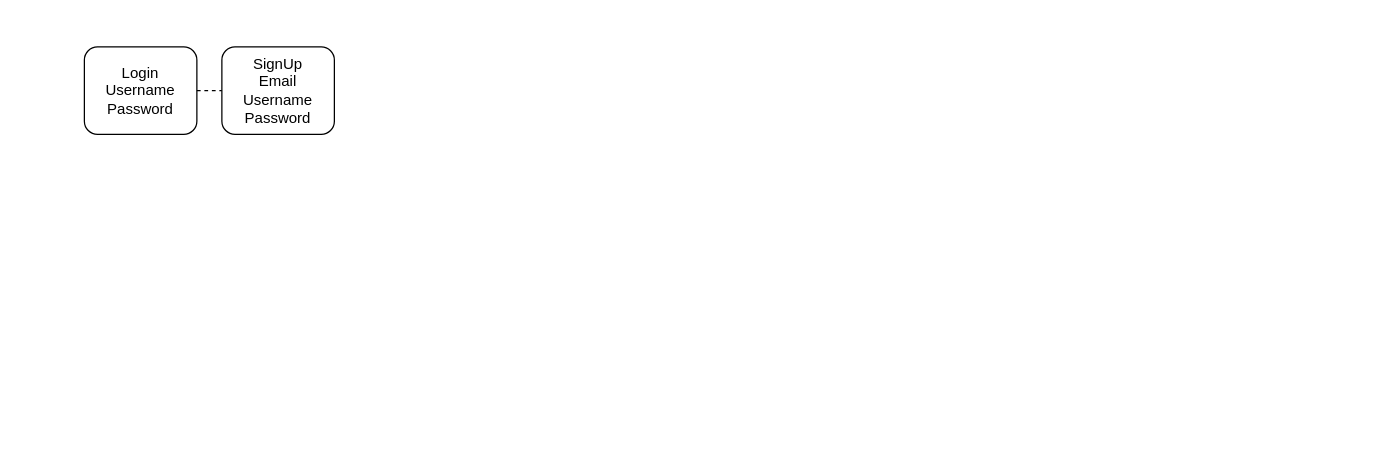
Above: plansAndAssets/Untitled Diagram.drawio in Drubaloo/Dungeons-Dragons (draw.io), before the change. Source tidied: cells renumbered, new cells numbered last; positions are measured from the earlier drawing's top-left corner, leaving out a move shared by most shapes. Both pictures are drawn from the tidied source at 125%, with x=0, y=0 at pixel (84, 46).
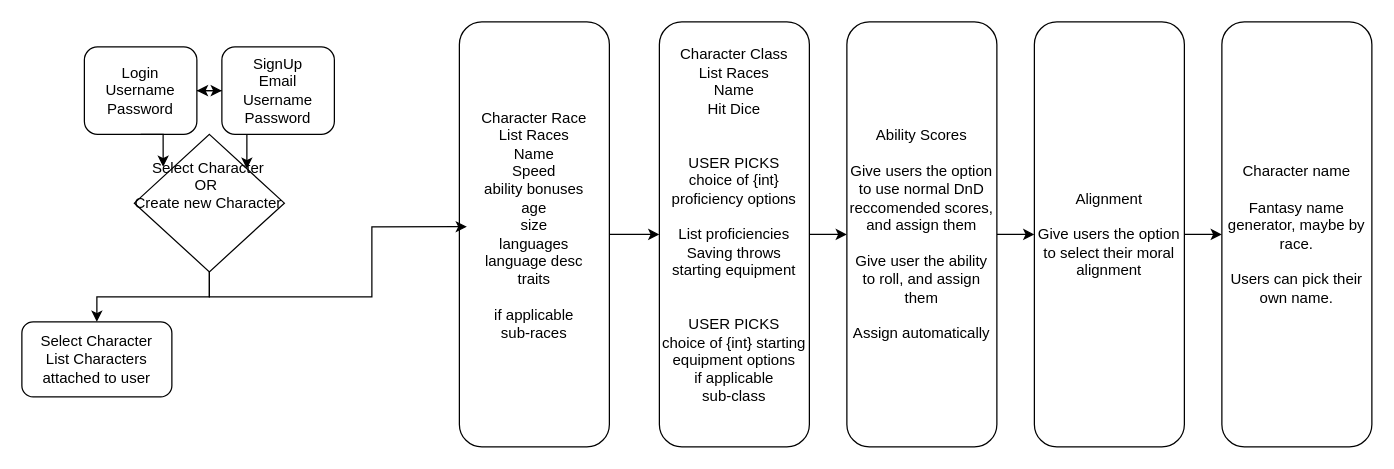
The same diagram, later.

Unchanged cells that the change refers to:
```xml
<mxCell id="2" value="&lt;div&gt;Login&lt;/div&gt;&lt;div&gt;Username&lt;/div&gt;&lt;div&gt;Password&lt;br&gt;&lt;/div&gt;" style="rounded=1;whiteSpace=wrap;html=1;" parent="1" vertex="1">
  <mxGeometry width="90" height="70" as="geometry" />
</mxCell>
<mxCell id="3" value="&lt;div&gt;SignUp&lt;/div&gt;&lt;div&gt;Email&lt;br&gt;&lt;/div&gt;&lt;div&gt;Username&lt;/div&gt;&lt;div&gt;Password&lt;br&gt;&lt;/div&gt;" style="rounded=1;whiteSpace=wrap;html=1;" parent="1" vertex="1">
  <mxGeometry x="110" width="90" height="70" as="geometry" />
</mxCell>
```

The edit, as a diff of the source:
```diff
@@
+    <mxCell id="4" style="edgeStyle=orthogonalEdgeStyle;rounded=0;jettySize=auto;html=1;exitX=1;exitY=0.5;exitDx=0;exitDy=0;entryX=0;entryY=0.5;entryDx=0;entryDy=0;" parent="1" edge="1" source="2" target="3">
+      <mxGeometry relative="1" as="geometry" />
+    </mxCell>
@@
+    <mxCell id="5" style="edgeStyle=orthogonalEdgeStyle;rounded=0;jettySize=auto;html=1;exitX=0;exitY=0.5;exitDx=0;exitDy=0;" parent="1" edge="1" source="3">
+      <mxGeometry relative="1" as="geometry">
+        <mxPoint x="90" y="35" as="targetPoint" />
+      </mxGeometry>
+    </mxCell>
+    <mxCell id="6" style="edgeStyle=orthogonalEdgeStyle;rounded=0;jettySize=auto;html=1;exitX=0.5;exitY=1;exitDx=0;exitDy=0;entryX=1;entryY=0;entryDx=0;entryDy=0;" parent="1" edge="1" source="3" target="8">
+      <mxGeometry relative="1" as="geometry" />
+    </mxCell>
@@
-    <mxCell id="4" style="endArrow=none;dashed=1;html=1;rounded=0;exitX=1;exitY=0.5;exitDx=0;exitDy=0;entryX=0;entryY=0.5;entryDx=0;entryDy=0;" parent="1" edge="1" source="2" target="3">
-      <mxGeometry relative="1" as="geometry" />
-    </mxCell>
+    <mxCell id="7" style="edgeStyle=orthogonalEdgeStyle;rounded=0;jettySize=auto;html=1;exitX=0.5;exitY=1;exitDx=0;exitDy=0;" parent="1" edge="1" source="8" target="12">
+      <mxGeometry relative="1" as="geometry" />
+    </mxCell>
+    <mxCell id="8" value="&lt;div align=&quot;center&quot;&gt;Select Character&lt;/div&gt;&lt;div align=&quot;center&quot;&gt;OR&amp;nbsp; &lt;br&gt;&lt;/div&gt;&lt;div align=&quot;center&quot;&gt;Create new Character&lt;/div&gt;&lt;div&gt;&lt;div align=&quot;center&quot;&gt;&lt;br&gt;&lt;/div&gt;&lt;br&gt;&lt;/div&gt;" style="rhombus;whiteSpace=wrap;html=1;align=right;" parent="1" vertex="1">
+      <mxGeometry x="40" y="70" width="120" height="110" as="geometry" />
+    </mxCell>
+    <mxCell id="9" style="edgeStyle=orthogonalEdgeStyle;rounded=0;jettySize=auto;html=1;" parent="1" edge="1" source="10" target="14">
+      <mxGeometry relative="1" as="geometry" />
+    </mxCell>
+    <mxCell id="10" value="&lt;div&gt;Character Race&lt;/div&gt;&lt;div&gt;List Races&lt;/div&gt;&lt;div&gt;Name&lt;/div&gt;&lt;div&gt;Speed&lt;/div&gt;&lt;div&gt;ability bonuses&lt;/div&gt;&lt;div&gt;age&lt;/div&gt;&lt;div&gt;size&lt;/div&gt;&lt;div&gt;languages&lt;/div&gt;&lt;div&gt;language desc&lt;/div&gt;&lt;div&gt;traits&lt;/div&gt;&lt;div&gt;&lt;br&gt;&lt;/div&gt;&lt;div&gt;if applicable&lt;/div&gt;&lt;div&gt;sub-races&lt;br&gt;&lt;/div&gt;&lt;div&gt;&lt;br&gt;&lt;/div&gt;" style="rounded=1;whiteSpace=wrap;html=1;" parent="1" vertex="1">
+      <mxGeometry x="300" y="-20" width="120" height="340" as="geometry" />
+    </mxCell>
+    <mxCell id="11" style="endArrow=none;dashed=1;html=1;rounded=0;" parent="1" edge="1" target="12">
+      <mxGeometry relative="1" as="geometry">
+        <mxPoint y="240" as="sourcePoint" />
+      </mxGeometry>
+    </mxCell>
+    <mxCell id="12" value="&lt;div&gt;Select Character&lt;/div&gt;&lt;div&gt;List Characters attached to user&lt;br&gt;&lt;/div&gt;" style="rounded=1;whiteSpace=wrap;html=1;" parent="1" vertex="1">
+      <mxGeometry x="-50" y="220" width="120" height="60" as="geometry" />
+    </mxCell>
+    <mxCell id="13" style="edgeStyle=orthogonalEdgeStyle;rounded=0;jettySize=auto;html=1;exitX=1;exitY=0.5;exitDx=0;exitDy=0;entryX=0;entryY=0.5;entryDx=0;entryDy=0;" parent="1" edge="1" source="14" target="18">
+      <mxGeometry relative="1" as="geometry" />
+    </mxCell>
+    <mxCell id="14" value="&lt;div&gt;Character Class&lt;/div&gt;&lt;div&gt;List Races&lt;/div&gt;&lt;div&gt;Name&lt;/div&gt;&lt;div&gt;Hit Dice&lt;br&gt;&lt;/div&gt;&lt;div&gt;&lt;br&gt;&lt;/div&gt;&lt;div&gt;&lt;br&gt;&lt;/div&gt;&lt;div&gt;USER PICKS&lt;/div&gt;&lt;div&gt;choice of {int} proficiency options&lt;br&gt;&lt;/div&gt;&lt;div&gt;&lt;br&gt;&lt;/div&gt;&lt;div&gt;List proficiencies&lt;br&gt;&lt;/div&gt;&lt;div&gt;Saving throws&lt;br&gt;&lt;/div&gt;&lt;div&gt;starting equipment&lt;br&gt;&lt;/div&gt;&lt;div&gt;&lt;br&gt;&lt;/div&gt;&lt;div&gt;&lt;br&gt;&lt;/div&gt;&lt;div&gt;USER PICKS&lt;br&gt;&lt;/div&gt;&lt;div&gt;choice of {int} starting equipment options&lt;br&gt;&lt;/div&gt;&lt;div&gt;if applicable&lt;/div&gt;&lt;div&gt;sub-class&lt;br&gt;&lt;/div&gt;&lt;div&gt;&lt;br&gt;&lt;/div&gt;" style="rounded=1;whiteSpace=wrap;html=1;" parent="1" vertex="1">
+      <mxGeometry x="460" y="-20" width="120" height="340" as="geometry" />
+    </mxCell>
+    <mxCell id="15" style="edgeStyle=orthogonalEdgeStyle;rounded=0;jettySize=auto;html=1;exitX=0.5;exitY=1;exitDx=0;exitDy=0;entryX=0.05;entryY=0.482;entryDx=0;entryDy=0;entryPerimeter=0;" parent="1" edge="1" source="8" target="10">
+      <mxGeometry relative="1" as="geometry" />
+    </mxCell>
+    <mxCell id="16" style="edgeStyle=orthogonalEdgeStyle;rounded=0;jettySize=auto;html=1;exitX=0.5;exitY=1;exitDx=0;exitDy=0;entryX=0.192;entryY=0.236;entryDx=0;entryDy=0;entryPerimeter=0;" parent="1" edge="1" source="2" target="8">
+      <mxGeometry relative="1" as="geometry" />
+    </mxCell>
+    <mxCell id="17" style="edgeStyle=orthogonalEdgeStyle;rounded=0;jettySize=auto;html=1;exitX=1;exitY=0.5;exitDx=0;exitDy=0;entryX=0;entryY=0.5;entryDx=0;entryDy=0;" parent="1" edge="1" source="18" target="21">
+      <mxGeometry relative="1" as="geometry" />
+    </mxCell>
+    <mxCell id="18" value="&lt;div&gt;Ability Scores&lt;br&gt;&lt;/div&gt;&lt;div&gt;&lt;br&gt;&lt;/div&gt;&lt;div&gt;Give users the option to use normal DnD reccomended scores, and assign them&lt;/div&gt;&lt;div&gt;&lt;br&gt;&lt;/div&gt;&lt;div&gt;Give user the ability to roll, and assign them&lt;/div&gt;&lt;div&gt;&lt;br&gt;&lt;/div&gt;&lt;div&gt;Assign automatically&lt;br&gt;&lt;/div&gt;" style="rounded=1;whiteSpace=wrap;html=1;" parent="1" vertex="1">
+      <mxGeometry x="610" y="-20" width="120" height="340" as="geometry" />
+    </mxCell>
+    <mxCell id="19" value="&lt;div&gt;Character name&lt;br&gt;&lt;/div&gt;&lt;div&gt;&lt;br&gt;&lt;/div&gt;&lt;div&gt;Fantasy name generator, maybe by race.&lt;/div&gt;&lt;div&gt;&lt;br&gt;&lt;/div&gt;&lt;div&gt;Users can pick their own name. &lt;br&gt;&lt;/div&gt;" style="rounded=1;whiteSpace=wrap;html=1;" parent="1" vertex="1">
+      <mxGeometry x="910" y="-20" width="120" height="340" as="geometry" />
+    </mxCell>
+    <mxCell id="20" style="edgeStyle=orthogonalEdgeStyle;rounded=0;jettySize=auto;html=1;exitX=1;exitY=0.5;exitDx=0;exitDy=0;entryX=0;entryY=0.5;entryDx=0;entryDy=0;" parent="1" edge="1" source="21" target="19">
+      <mxGeometry relative="1" as="geometry" />
+    </mxCell>
+    <mxCell id="21" value="&lt;div&gt;Alignment&lt;br&gt;&lt;/div&gt;&lt;div&gt;&lt;br&gt;&lt;/div&gt;&lt;div&gt;Give users the option to select their moral alignment&lt;br&gt;&lt;/div&gt;" style="rounded=1;whiteSpace=wrap;html=1;" parent="1" vertex="1">
+      <mxGeometry x="760" y="-20" width="120" height="340" as="geometry" />
+    </mxCell>
```
